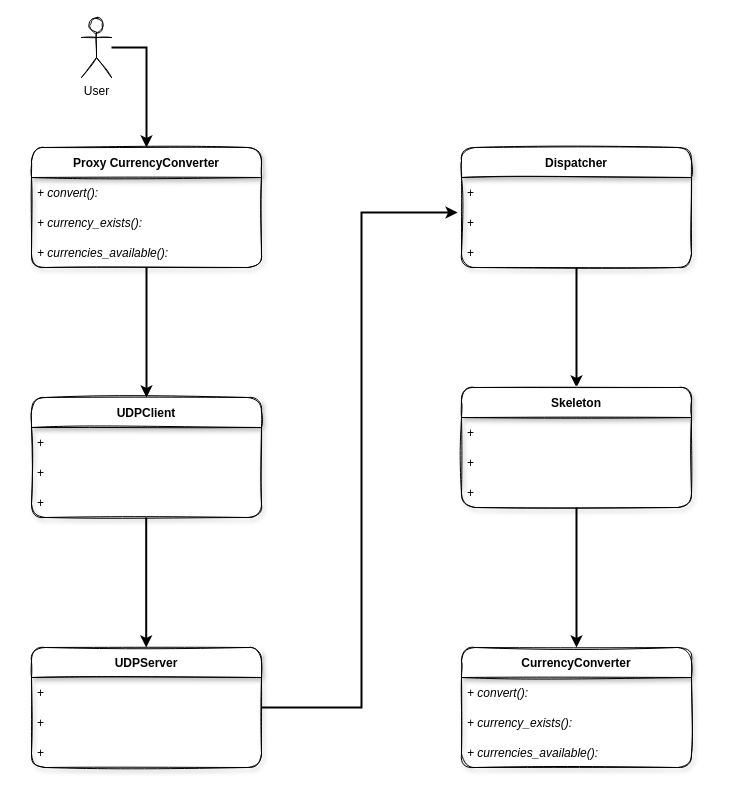
Before: docs/CurrencyConverter Diagram.drawio in joaocarvoli-university/distribuited-systems, a draw.io diagram. Source tidied: cells renumbered, new cells numbered last; positions are measured from the earlier drawing's top-left corner, leaving out a move shared by most shapes. Both pictures are drawn from the tidied source at 100%, with x=0, y=0 at pixel (31, 17).
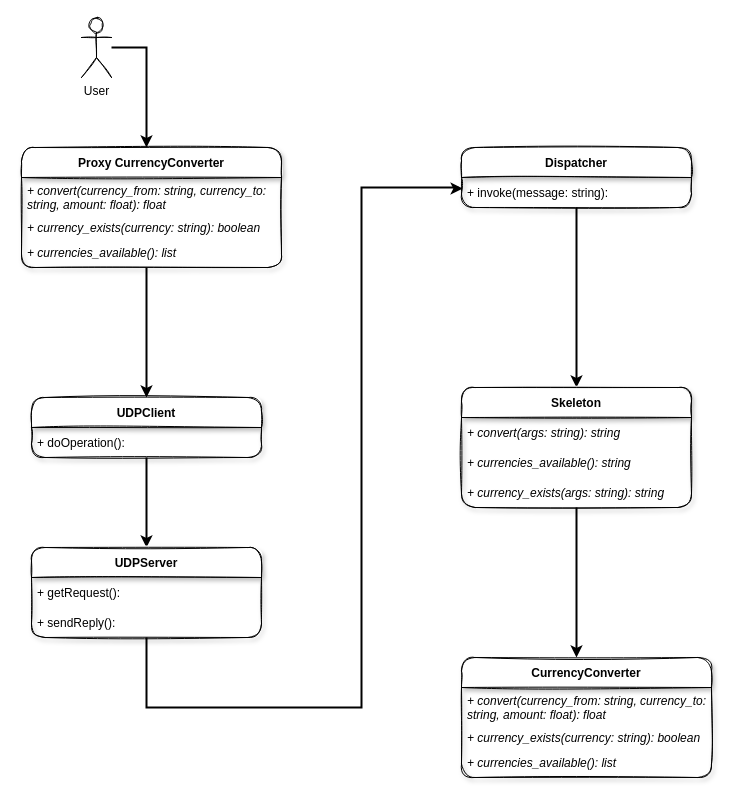
The same diagram, later.

The change refers to these unchanged cells:
```xml
<mxCell id="25" value="Skeleton" style="swimlane;fontStyle=1;horizontal=1;startSize=30;rounded=1;shadow=1;sketch=1;" parent="1" vertex="1">
  <mxGeometry x="430" y="370" width="230" height="120" as="geometry" />
</mxCell>
```

The edit, as a diff of the source:
```diff
@@
     <mxCell id="2" style="edgeStyle=orthogonalEdgeStyle;rounded=0;jettySize=auto;html=1;entryX=0.5;entryY=0;entryDx=0;entryDy=0;strokeWidth=2;" parent="1" edge="1" source="3" target="9">
-      <mxGeometry relative="1" as="geometry" />
+      <mxGeometry relative="1" as="geometry">
+        <Array as="points">
+          <mxPoint x="115" y="290" />
+          <mxPoint x="115" y="290" />
+        </Array>
+      </mxGeometry>
     </mxCell>
     <mxCell id="3" value="Proxy CurrencyConverter" style="swimlane;fontStyle=1;horizontal=1;startSize=30;shadow=1;rounded=1;sketch=1;" parent="1" vertex="1">
-      <mxGeometry y="130" width="230" height="120" as="geometry" />
+      <mxGeometry x="-10" y="130" width="260" height="120" as="geometry" />
     </mxCell>
-    <mxCell id="4" value="+ convert(): " style="text;align=left;verticalAlign=middle;spacingLeft=4;spacingRight=4;overflow=hidden;fontStyle=2;shadow=0;labelBorderColor=none;labelBackgroundColor=none;" parent="3" vertex="1">
-      <mxGeometry y="30" width="230" height="30" as="geometry" />
+    <mxCell id="4" value="+ convert(currency_from: string, currency_to: &#10;string, amount: float): float" style="text;align=left;verticalAlign=middle;spacingLeft=4;spacingRight=4;overflow=hidden;fontStyle=2;shadow=0;labelBorderColor=none;labelBackgroundColor=none;" parent="3" vertex="1">
+      <mxGeometry y="30" width="260" height="40" as="geometry" />
     </mxCell>
-    <mxCell id="5" value="+ currency_exists():" style="text;align=left;verticalAlign=middle;spacingLeft=4;spacingRight=4;overflow=hidden;shadow=0;fontStyle=2;labelBorderColor=none;labelBackgroundColor=none;" parent="3" vertex="1">
-      <mxGeometry y="60" width="230" height="30" as="geometry" />
+    <mxCell id="5" value="+ currency_exists(currency: string): boolean" style="text;align=left;verticalAlign=middle;spacingLeft=4;spacingRight=4;overflow=hidden;shadow=0;fontStyle=2;labelBorderColor=none;labelBackgroundColor=none;" parent="3" vertex="1">
+      <mxGeometry y="70" width="260" height="20" as="geometry" />
     </mxCell>
-    <mxCell id="6" value="+ currencies_available(): " style="text;align=left;verticalAlign=middle;spacingLeft=4;spacingRight=4;overflow=hidden;shadow=0;fontStyle=2;labelBorderColor=none;labelBackgroundColor=none;" parent="3" vertex="1">
-      <mxGeometry y="90" width="230" height="30" as="geometry" />
+    <mxCell id="6" value="+ currencies_available(): list" style="text;align=left;verticalAlign=middle;spacingLeft=4;spacingRight=4;overflow=hidden;shadow=0;fontStyle=2;labelBorderColor=none;labelBackgroundColor=none;" parent="3" vertex="1">
+      <mxGeometry y="90" width="260" height="30" as="geometry" />
     </mxCell>
@@
+    <mxCell id="33" style="edgeStyle=orthogonalEdgeStyle;rounded=0;jettySize=auto;html=1;entryX=0.5;entryY=0;entryDx=0;entryDy=0;strokeWidth=2;" parent="1" edge="1" source="9" target="14">
+      <mxGeometry relative="1" as="geometry" />
+    </mxCell>
     <mxCell id="9" value="UDPClient" style="swimlane;fontStyle=1;horizontal=1;startSize=30;shadow=1;rounded=1;sketch=1;" parent="1" vertex="1">
-      <mxGeometry y="380" width="230" height="120" as="geometry" />
+      <mxGeometry y="380" width="230" height="60" as="geometry" />
     </mxCell>
-    <mxCell id="10" value="+" style="text;align=left;verticalAlign=middle;spacingLeft=4;spacingRight=4;overflow=hidden;" parent="9" vertex="1">
+    <mxCell id="10" value="+ doOperation():" style="text;align=left;verticalAlign=middle;spacingLeft=4;spacingRight=4;overflow=hidden;" parent="9" vertex="1">
       <mxGeometry y="30" width="230" height="30" as="geometry" />
     </mxCell>
-    <mxCell id="11" value="+" style="text;align=left;verticalAlign=middle;spacingLeft=4;spacingRight=4;overflow=hidden;" parent="9" vertex="1">
-      <mxGeometry y="60" width="230" height="30" as="geometry" />
-    </mxCell>
-    <mxCell id="12" value="+ " style="text;align=left;verticalAlign=middle;spacingLeft=4;spacingRight=4;overflow=hidden;" parent="9" vertex="1">
-      <mxGeometry y="90" width="230" height="30" as="geometry" />
-    </mxCell>
-    <mxCell id="13" style="edgeStyle=orthogonalEdgeStyle;rounded=0;jettySize=auto;html=1;entryX=-0.017;entryY=0.167;entryDx=0;entryDy=0;entryPerimeter=0;strokeWidth=2;" parent="1" edge="1" source="14" target="22">
+    <mxCell id="13" style="edgeStyle=orthogonalEdgeStyle;rounded=0;jettySize=auto;html=1;entryX=0.005;entryY=0.37;entryDx=0;entryDy=0;entryPerimeter=0;strokeWidth=2;" parent="1" edge="1" source="14" target="21">
       <mxGeometry relative="1" as="geometry">
         <Array as="points">
+          <mxPoint x="115" y="690" />
           <mxPoint x="330" y="690" />
-          <mxPoint x="330" y="195" />
+          <mxPoint x="330" y="170" />
+          <mxPoint x="426" y="170" />
+          <mxPoint x="426" y="171" />
         </Array>
       </mxGeometry>
     </mxCell>
     <mxCell id="14" value="UDPServer" style="swimlane;fontStyle=1;horizontal=1;startSize=30;rounded=1;shadow=1;sketch=1;" parent="1" vertex="1">
-      <mxGeometry y="630" width="230" height="120" as="geometry" />
+      <mxGeometry y="530" width="230" height="90" as="geometry" />
     </mxCell>
-    <mxCell id="15" value="+" style="text;align=left;verticalAlign=middle;spacingLeft=4;spacingRight=4;overflow=hidden;" parent="14" vertex="1">
+    <mxCell id="15" value="+ getRequest():" style="text;align=left;verticalAlign=middle;spacingLeft=4;spacingRight=4;overflow=hidden;" parent="14" vertex="1">
       <mxGeometry y="30" width="230" height="30" as="geometry" />
     </mxCell>
-    <mxCell id="16" value="+" style="text;align=left;verticalAlign=middle;spacingLeft=4;spacingRight=4;overflow=hidden;" parent="14" vertex="1">
+    <mxCell id="16" value="+ sendReply():" style="text;align=left;verticalAlign=middle;spacingLeft=4;spacingRight=4;overflow=hidden;" parent="14" vertex="1">
       <mxGeometry y="60" width="230" height="30" as="geometry" />
     </mxCell>
-    <mxCell id="17" value="+ " style="text;align=left;verticalAlign=middle;spacingLeft=4;spacingRight=4;overflow=hidden;" parent="14" vertex="1">
-      <mxGeometry y="90" width="230" height="30" as="geometry" />
-    </mxCell>
-    <mxCell id="18" style="edgeStyle=orthogonalEdgeStyle;rounded=0;orthogonalLoop=1;jettySize=auto;html=1;entryX=0.5;entryY=0;entryDx=0;entryDy=0;strokeWidth=2;" parent="1" edge="1">
-      <mxGeometry relative="1" as="geometry">
-        <mxPoint x="114.7" y="500" as="sourcePoint" />
-        <mxPoint x="114.7" y="630" as="targetPoint" />
-      </mxGeometry>
-    </mxCell>
@@
     <mxCell id="20" value="Dispatcher" style="swimlane;fontStyle=1;horizontal=1;startSize=30;rounded=1;shadow=1;sketch=1;" parent="1" vertex="1">
-      <mxGeometry x="430" y="130" width="230" height="120" as="geometry" />
+      <mxGeometry x="430" y="130" width="230" height="60" as="geometry" />
     </mxCell>
-    <mxCell id="21" value="+" style="text;align=left;verticalAlign=middle;spacingLeft=4;spacingRight=4;overflow=hidden;points=[[0,0.5],[1,0.5]];portConstraint=eastwest;" parent="20" vertex="1">
+    <mxCell id="21" value="+ invoke(message: string):" style="text;align=left;verticalAlign=middle;spacingLeft=4;spacingRight=4;overflow=hidden;points=[[0,0.5],[1,0.5]];portConstraint=eastwest;" parent="20" vertex="1">
       <mxGeometry y="30" width="230" height="30" as="geometry" />
     </mxCell>
-    <mxCell id="22" value="+" style="text;align=left;verticalAlign=middle;spacingLeft=4;spacingRight=4;overflow=hidden;points=[[0,0.5],[1,0.5]];portConstraint=eastwest;" parent="20" vertex="1">
-      <mxGeometry y="60" width="230" height="30" as="geometry" />
-    </mxCell>
-    <mxCell id="23" value="+ " style="text;align=left;verticalAlign=middle;spacingLeft=4;spacingRight=4;overflow=hidden;" parent="20" vertex="1">
-      <mxGeometry y="90" width="230" height="30" as="geometry" />
-    </mxCell>
-    <mxCell id="24" style="edgeStyle=orthogonalEdgeStyle;rounded=0;jettySize=auto;html=1;entryX=0.5;entryY=0;entryDx=0;entryDy=0;strokeWidth=2;" parent="1" edge="1" source="25" target="29">
+    <mxCell id="24" style="edgeStyle=orthogonalEdgeStyle;rounded=0;jettySize=auto;html=1;entryX=0.46;entryY=0;entryDx=0;entryDy=0;entryPerimeter=0;strokeWidth=2;" parent="1" edge="1" source="25" target="29">
       <mxGeometry relative="1" as="geometry" />
     </mxCell>
@@
-    <mxCell id="26" value="+" style="text;align=left;verticalAlign=middle;spacingLeft=4;spacingRight=4;overflow=hidden;" parent="25" vertex="1">
-      <mxGeometry y="30" width="230" height="30" as="geometry" />
-    </mxCell>
-    <mxCell id="27" value="+" style="text;align=left;verticalAlign=middle;spacingLeft=4;spacingRight=4;overflow=hidden;" parent="25" vertex="1">
-      <mxGeometry y="60" width="230" height="30" as="geometry" />
-    </mxCell>
-    <mxCell id="28" value="+ " style="text;align=left;verticalAlign=middle;spacingLeft=4;spacingRight=4;overflow=hidden;" parent="25" vertex="1">
-      <mxGeometry y="90" width="230" height="30" as="geometry" />
-    </mxCell>
+    <mxCell id="34" value="+ convert(args: string): string" style="text;align=left;verticalAlign=middle;spacingLeft=4;spacingRight=4;overflow=hidden;fontStyle=2;shadow=0;labelBorderColor=none;labelBackgroundColor=none;" parent="25" vertex="1">
+      <mxGeometry y="30" width="230" height="30" as="geometry" />
+    </mxCell>
+    <mxCell id="35" value="+ currencies_available(): string" style="text;align=left;verticalAlign=middle;spacingLeft=4;spacingRight=4;overflow=hidden;shadow=0;fontStyle=2;labelBorderColor=none;labelBackgroundColor=none;" parent="25" vertex="1">
+      <mxGeometry y="60" width="230" height="30" as="geometry" />
+    </mxCell>
+    <mxCell id="36" value="+ currency_exists(args: string): string" style="text;align=left;verticalAlign=middle;spacingLeft=4;spacingRight=4;overflow=hidden;shadow=0;fontStyle=2;labelBorderColor=none;labelBackgroundColor=none;" parent="25" vertex="1">
+      <mxGeometry y="90" width="230" height="30" as="geometry" />
+    </mxCell>
     <mxCell id="29" value="CurrencyConverter" style="swimlane;fontStyle=1;horizontal=1;startSize=30;rounded=1;shadow=1;sketch=1;" parent="1" vertex="1">
-      <mxGeometry x="430" y="630" width="230" height="120" as="geometry" />
+      <mxGeometry x="430" y="640" width="250" height="120" as="geometry" />
     </mxCell>
-    <mxCell id="30" value="+ convert(): " style="text;align=left;verticalAlign=middle;spacingLeft=4;spacingRight=4;overflow=hidden;fontStyle=2;shadow=0;labelBorderColor=none;labelBackgroundColor=none;" parent="1" vertex="1">
-      <mxGeometry x="430" y="660" width="210" height="30" as="geometry" />
+    <mxCell id="30" value="+ convert(currency_from: string, currency_to:&#10;string, amount: float): float" style="text;align=left;verticalAlign=middle;spacingLeft=4;spacingRight=4;overflow=hidden;fontStyle=2;shadow=0;labelBorderColor=none;labelBackgroundColor=none;" parent="1" vertex="1">
+      <mxGeometry x="430" y="660" width="250" height="60" as="geometry" />
     </mxCell>
-    <mxCell id="31" value="+ currency_exists():" style="text;align=left;verticalAlign=middle;spacingLeft=4;spacingRight=4;overflow=hidden;shadow=0;fontStyle=2;labelBorderColor=none;labelBackgroundColor=none;" parent="1" vertex="1">
-      <mxGeometry x="430" y="690" width="230" height="30" as="geometry" />
+    <mxCell id="31" value="+ currency_exists(currency: string): boolean" style="text;align=left;verticalAlign=middle;spacingLeft=4;spacingRight=4;overflow=hidden;shadow=0;fontStyle=2;labelBorderColor=none;labelBackgroundColor=none;" parent="1" vertex="1">
+      <mxGeometry x="430" y="700" width="250" height="40" as="geometry" />
     </mxCell>
-    <mxCell id="32" value="+ currencies_available(): " style="text;align=left;verticalAlign=middle;spacingLeft=4;spacingRight=4;overflow=hidden;shadow=0;fontStyle=2;labelBorderColor=none;labelBackgroundColor=none;" parent="1" vertex="1">
-      <mxGeometry x="430" y="720" width="230" height="30" as="geometry" />
+    <mxCell id="32" value="+ currencies_available(): list" style="text;align=left;verticalAlign=middle;spacingLeft=4;spacingRight=4;overflow=hidden;shadow=0;fontStyle=2;labelBorderColor=none;labelBackgroundColor=none;" parent="1" vertex="1">
+      <mxGeometry x="430" y="730" width="230" height="30" as="geometry" />
     </mxCell>
```
